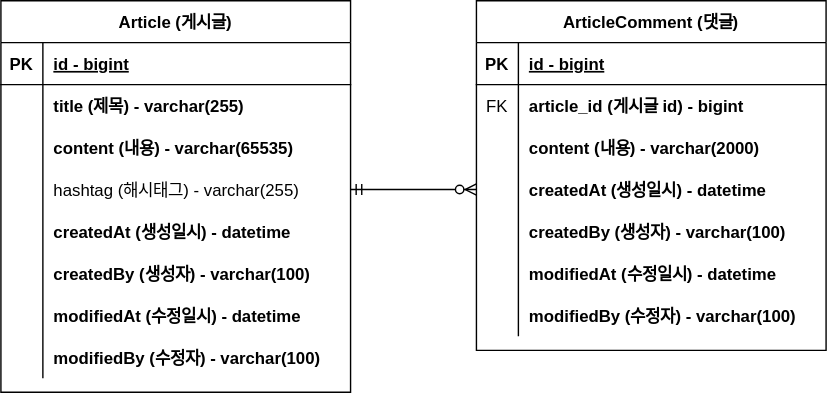
Before: document/project-board-erd.svg, a diagram exported from draw.io (LeeDuho/SpringBoot-project-board). Source tidied: cells renumbered, new cells last; positions are measured from the earlier drawing's top-left corner, leaving out a move shared by most shapes.
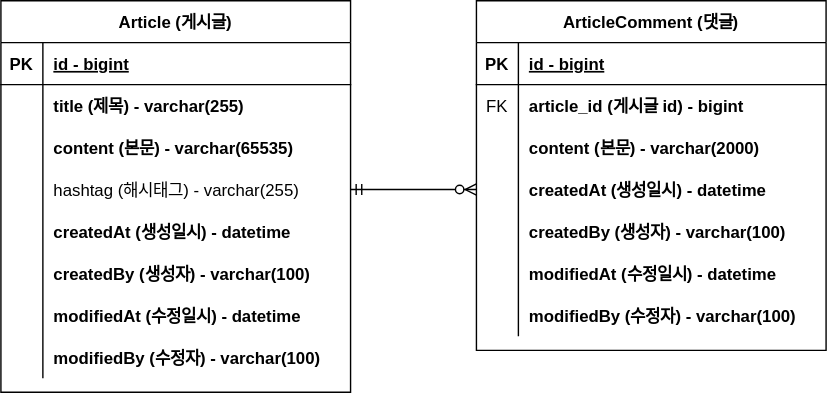
The same file after the commit.

The edit, as a diff of the source:
```diff
@@ -29,7 +29,7 @@
     <mxCell id="10" style="shape=partialRectangle;overflow=hidden;fillColor=none;top=0;left=0;bottom=0;right=0;" parent="9" vertex="1">
       <mxGeometry width="30" height="30" as="geometry" />
     </mxCell>
-    <mxCell id="11" value="content (내용) - varchar(65535)" style="shape=partialRectangle;overflow=hidden;fillColor=none;top=0;left=0;bottom=0;right=0;align=left;spacingLeft=6;fontStyle=1;" parent="9" vertex="1">
+    <mxCell id="11" value="content (본문) - varchar(65535)" style="shape=partialRectangle;overflow=hidden;fillColor=none;top=0;left=0;bottom=0;right=0;align=left;spacingLeft=6;fontStyle=1;" parent="9" vertex="1">
       <mxGeometry x="30" width="220" height="30" as="geometry" />
     </mxCell>
     <mxCell id="12" style="shape=partialRectangle;fillColor=none;points=[[0,0.5],[1,0.5]];portConstraint=eastwest;top=0;left=0;right=0;bottom=0;" parent="2" vertex="1">
@@ -104,7 +104,7 @@
     <mxCell id="35" style="shape=partialRectangle;overflow=hidden;fillColor=none;top=0;left=0;bottom=0;right=0;" parent="34" vertex="1">
       <mxGeometry width="30" height="30" as="geometry" />
     </mxCell>
-    <mxCell id="36" value="content (내용) - varchar(2000)" style="shape=partialRectangle;overflow=hidden;fillColor=none;top=0;left=0;bottom=0;right=0;align=left;spacingLeft=6;fontStyle=1;" parent="34" vertex="1">
+    <mxCell id="36" value="content (본문) - varchar(2000)" style="shape=partialRectangle;overflow=hidden;fillColor=none;top=0;left=0;bottom=0;right=0;align=left;spacingLeft=6;fontStyle=1;" parent="34" vertex="1">
       <mxGeometry x="30" width="220" height="30" as="geometry" />
     </mxCell>
     <mxCell id="37" style="shape=partialRectangle;fillColor=none;points=[[0,0.5],[1,0.5]];portConstraint=eastwest;top=0;left=0;right=0;bottom=0;" parent="27" vertex="1">
```
